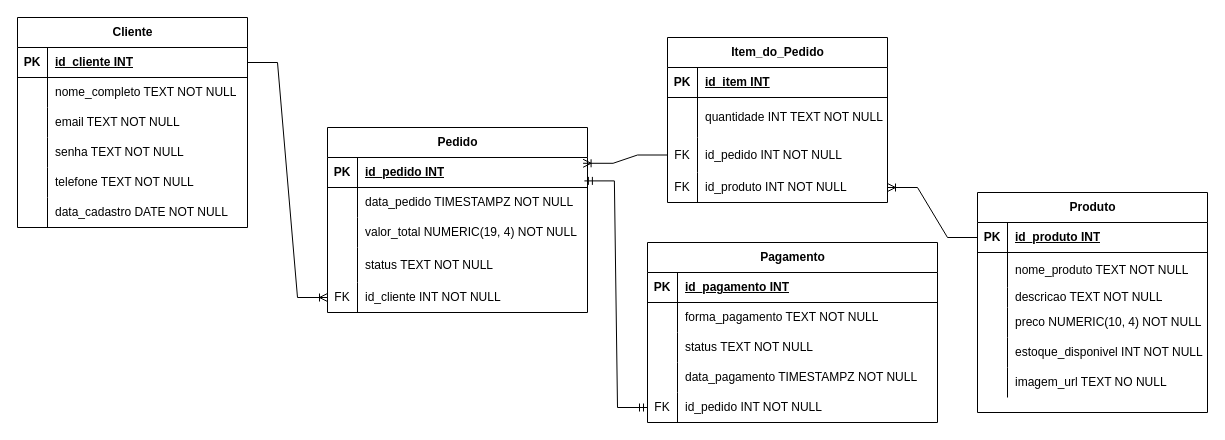
This is page "Fisico - ECommerce" (6 of 6) of Modelagem/Projeto ECommerce.drawio from paulinho1502/Projeto-ECommerce, a draw.io file, before an edit. Source tidied: cells renumbered, new cells numbered last; positions are measured from the earlier drawing's top-left corner, leaving out a move shared by most shapes. Both pictures are drawn from the tidied source at 100%, with x=0, y=0 at pixel (17, 17).
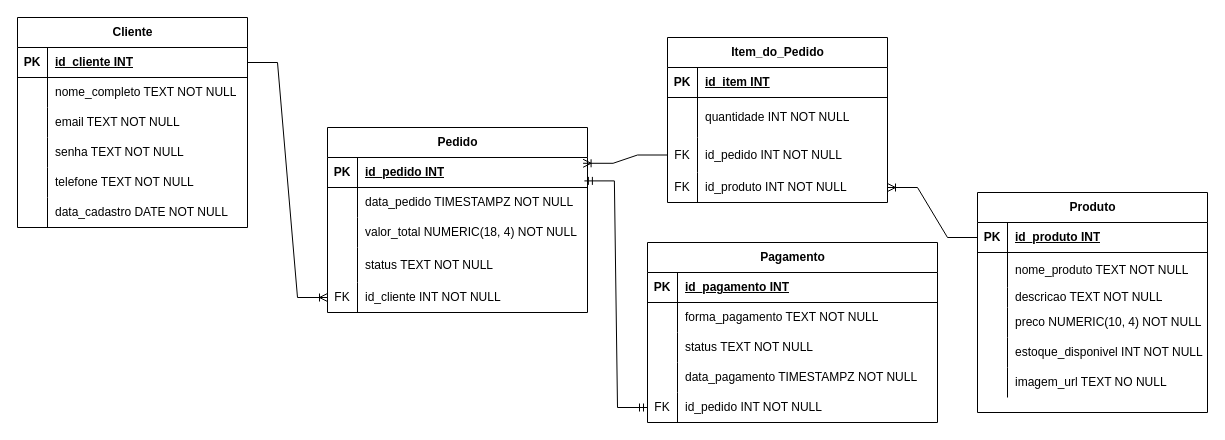
The same page after the edit.

Commit message (it also covers changes not shown here):
Atualizando com ddl

The change refers to these unchanged cells:
```xml
<mxCell id="47" style="shape=tableRow;horizontal=0;startSize=0;swimlaneHead=0;swimlaneBody=0;fillColor=none;top=0;left=0;right=0;bottom=0;" parent="40" vertex="1">
  <mxGeometry y="90" width="260" height="30" as="geometry" />
</mxCell>
<mxCell id="60" style="shape=tableRow;horizontal=0;startSize=0;swimlaneHead=0;swimlaneBody=0;fillColor=none;top=0;left=0;right=0;bottom=0;" parent="56" vertex="1">
  <mxGeometry y="60" width="220" height="40" as="geometry" />
</mxCell>
```

Diff of the diagram source:
```diff
@@
-    <mxCell id="49" value="valor_total NUMERIC(19, 4) NOT NULL" style="shape=partialRectangle;fillColor=none;top=0;left=0;bottom=0;right=0;align=left;spacingLeft=6;overflow=hidden;whiteSpace=wrap;html=1;" parent="47" vertex="1">
+    <mxCell id="49" value="valor_total NUMERIC(18, 4) NOT NULL" style="shape=partialRectangle;fillColor=none;top=0;left=0;bottom=0;right=0;align=left;spacingLeft=6;overflow=hidden;whiteSpace=wrap;html=1;" parent="47" vertex="1">
       <mxGeometry x="30" width="230" height="30" as="geometry" />
     </mxCell>
@@
-    <mxCell id="62" value="quantidade INT TEXT NOT NULL" style="shape=partialRectangle;fillColor=none;top=0;left=0;bottom=0;right=0;align=left;spacingLeft=6;overflow=hidden;whiteSpace=wrap;html=1;" parent="60" vertex="1">
+    <mxCell id="62" value="quantidade INT NOT NULL" style="shape=partialRectangle;fillColor=none;top=0;left=0;bottom=0;right=0;align=left;spacingLeft=6;overflow=hidden;whiteSpace=wrap;html=1;" parent="60" vertex="1">
       <mxGeometry x="30" width="190" height="40" as="geometry" />
     </mxCell>
```
